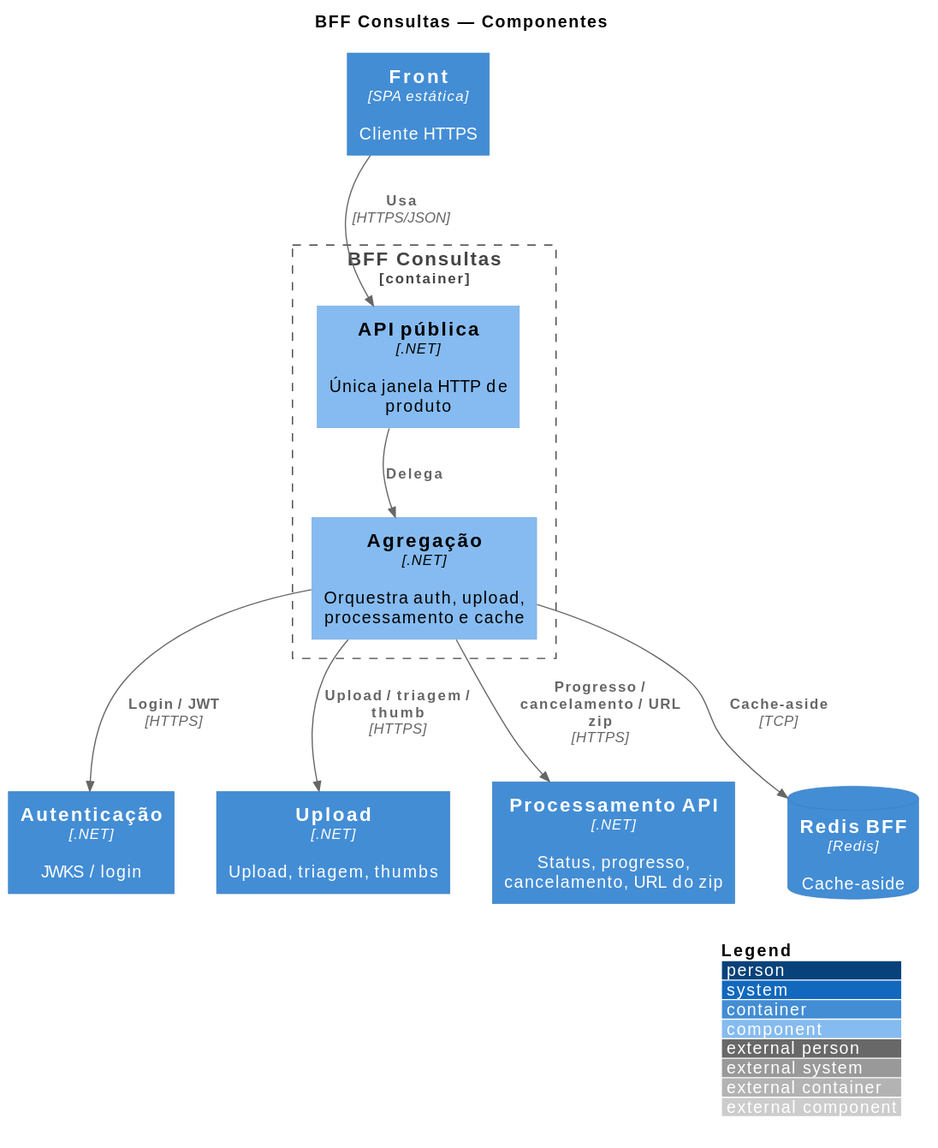
Earlier version of the PlantUML export arquitetura/09_componentes-bff.svg (fiap-x-vcosta/docs).
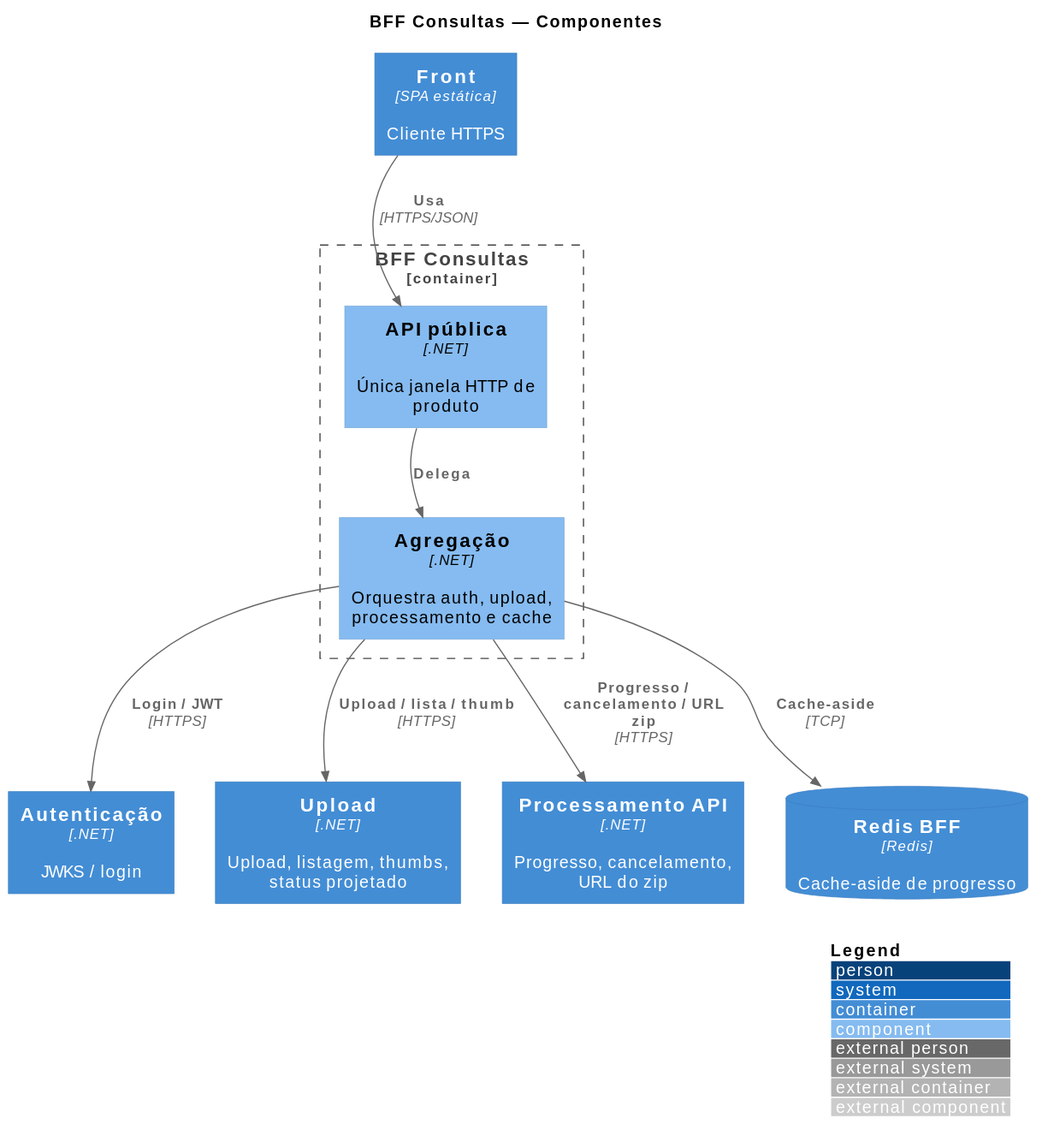
After the commit.

What changed in the source:
```diff
@@ -8,9 +8,9 @@
 
 Container(web, "Front", "SPA estática", "Cliente HTTPS")
 Container(auth, "Autenticação", ".NET", "JWKS / login")
-Container(upload, "Upload", ".NET", "Upload, triagem, thumbs")
-Container(procApi, "Processamento API", ".NET", "Status, progresso, cancelamento, URL do zip")
-ContainerDb(redis, "Redis BFF", "Redis", "Cache-aside")
+Container(upload, "Upload", ".NET", "Upload, listagem, thumbs, status projetado")
+Container(procApi, "Processamento API", ".NET", "Progresso, cancelamento, URL do zip")
+ContainerDb(redis, "Redis BFF", "Redis", "Cache-aside de progresso")
 
 Container_Boundary(bff, "BFF Consultas") {
   Component(gateway, "API pública", ".NET", "Única janela HTTP de produto")
@@ -20,7 +20,7 @@
 Rel(web, gateway, "Usa", "HTTPS/JSON")
 Rel(gateway, agg, "Delega")
 Rel(agg, auth, "Login / JWT", "HTTPS")
-Rel(agg, upload, "Upload / triagem / thumb", "HTTPS")
+Rel(agg, upload, "Upload / lista / thumb", "HTTPS")
 Rel(agg, procApi, "Progresso / cancelamento / URL zip", "HTTPS")
 Rel(agg, redis, "Cache-aside", "TCP")
 
```
